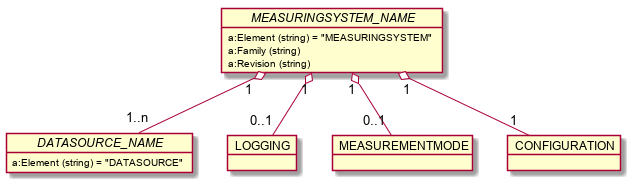
Earlier version of the PlantUML export images/generated/rcmdx_measuringsystem_group.png (OpenRailAssociation/rcm-dx).
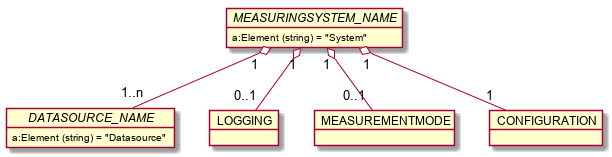
The same file after the commit.

The edit, as a diff of the source:
```diff
@@ -1,12 +1,10 @@
 @startuml rcmdx_measuringsystem_group
   object "//MEASURINGSYSTEM_NAME//" as MEASURINGSYSTEM {
-    a:Element (string) = "MEASURINGSYSTEM"
-    a:Family (string)
-    a:Revision (string)
+    a:Element (string) = "System"
   }
 
   object "//DATASOURCE_NAME//" as DATASOURCE {
-    a:Element (string) = "DATASOURCE"
+    a:Element (string) = "Datasource"
   }
   MEASURINGSYSTEM "1" o-- "1..n" DATASOURCE
 
```
